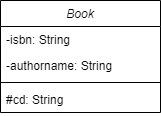
Before: Q2Book Diagram.png, a diagram exported from draw.io (fxrhxnS/Week2Diagram). Source tidied: cells renumbered, new cells last; positions are measured from the earlier drawing's top-left corner, leaving out a move shared by most shapes. The source it was exported from:
```xml
<mxGraphModel>
  <root>
    <mxCell id="0" />
    <mxCell id="1" parent="0" />
    <mxCell id="2" value="Book" style="swimlane;fontStyle=2;align=center;verticalAlign=top;horizontal=1;startSize=26;rounded=0;shadow=0;strokeWidth=1;" parent="1" vertex="1">
      <mxGeometry width="160" height="112" as="geometry" />
    </mxCell>
    <mxCell id="3" value="-isbn: String" style="text;align=left;verticalAlign=top;spacingLeft=4;spacingRight=4;overflow=hidden;" parent="2" vertex="1">
      <mxGeometry y="26" width="160" height="26" as="geometry" />
    </mxCell>
    <mxCell id="4" value="-authorname: String" style="text;align=left;verticalAlign=top;spacingLeft=4;spacingRight=4;overflow=hidden;rounded=0;shadow=0;html=0;" parent="2" vertex="1">
      <mxGeometry y="52" width="160" height="26" as="geometry" />
    </mxCell>
    <mxCell id="5" style="line;html=1;strokeWidth=1;align=left;verticalAlign=middle;spacingTop=-1;spacingLeft=3;spacingRight=3;labelPosition=right;" parent="2" vertex="1">
      <mxGeometry y="78" width="160" height="8" as="geometry" />
    </mxCell>
    <mxCell id="6" value="#cd: String" style="text;align=left;verticalAlign=top;spacingLeft=4;spacingRight=4;overflow=hidden;" parent="2" vertex="1">
      <mxGeometry y="86" width="160" height="26" as="geometry" />
    </mxCell>
  </root>
</mxGraphModel>
```
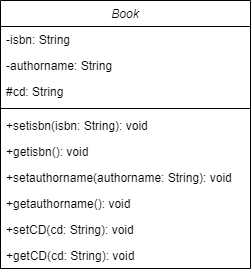
The same file after the commit.

The edit, as a diff of the source:
```diff
@@ -3,19 +3,37 @@
     <mxCell id="0" />
     <mxCell id="1" parent="0" />
     <mxCell id="2" value="Book" style="swimlane;fontStyle=2;align=center;verticalAlign=top;horizontal=1;startSize=26;rounded=0;shadow=0;strokeWidth=1;" parent="1" vertex="1">
-      <mxGeometry width="160" height="112" as="geometry" />
+      <mxGeometry width="250" height="268" as="geometry" />
     </mxCell>
     <mxCell id="3" value="-isbn: String" style="text;align=left;verticalAlign=top;spacingLeft=4;spacingRight=4;overflow=hidden;" parent="2" vertex="1">
-      <mxGeometry y="26" width="160" height="26" as="geometry" />
+      <mxGeometry y="26" width="250" height="26" as="geometry" />
     </mxCell>
     <mxCell id="4" value="-authorname: String" style="text;align=left;verticalAlign=top;spacingLeft=4;spacingRight=4;overflow=hidden;rounded=0;shadow=0;html=0;" parent="2" vertex="1">
-      <mxGeometry y="52" width="160" height="26" as="geometry" />
+      <mxGeometry y="52" width="250" height="26" as="geometry" />
     </mxCell>
+    <mxCell id="7" value="#cd: String" style="text;align=left;verticalAlign=top;spacingLeft=4;spacingRight=4;overflow=hidden;rounded=0;shadow=0;html=0;" parent="2" vertex="1">
+      <mxGeometry y="78" width="250" height="26" as="geometry" />
+    </mxCell>
     <mxCell id="5" style="line;html=1;strokeWidth=1;align=left;verticalAlign=middle;spacingTop=-1;spacingLeft=3;spacingRight=3;labelPosition=right;" parent="2" vertex="1">
-      <mxGeometry y="78" width="160" height="8" as="geometry" />
+      <mxGeometry y="104" width="250" height="8" as="geometry" />
     </mxCell>
-    <mxCell id="6" value="#cd: String" style="text;align=left;verticalAlign=top;spacingLeft=4;spacingRight=4;overflow=hidden;" parent="2" vertex="1">
-      <mxGeometry y="86" width="160" height="26" as="geometry" />
+    <mxCell id="6" value="+setisbn(isbn: String): void" style="text;align=left;verticalAlign=top;spacingLeft=4;spacingRight=4;overflow=hidden;" parent="2" vertex="1">
+      <mxGeometry y="112" width="250" height="26" as="geometry" />
     </mxCell>
+    <mxCell id="8" value="+getisbn(): void" style="text;align=left;verticalAlign=top;spacingLeft=4;spacingRight=4;overflow=hidden;" parent="2" vertex="1">
+      <mxGeometry y="138" width="250" height="26" as="geometry" />
+    </mxCell>
+    <mxCell id="9" value="+setauthorname(authorname: String): void" style="text;align=left;verticalAlign=top;spacingLeft=4;spacingRight=4;overflow=hidden;" parent="2" vertex="1">
+      <mxGeometry y="164" width="250" height="26" as="geometry" />
+    </mxCell>
+    <mxCell id="10" value="+getauthorname(): void" style="text;align=left;verticalAlign=top;spacingLeft=4;spacingRight=4;overflow=hidden;" parent="2" vertex="1">
+      <mxGeometry y="190" width="250" height="26" as="geometry" />
+    </mxCell>
+    <mxCell id="11" value="+setCD(cd: String): void" style="text;align=left;verticalAlign=top;spacingLeft=4;spacingRight=4;overflow=hidden;" parent="2" vertex="1">
+      <mxGeometry y="216" width="250" height="26" as="geometry" />
+    </mxCell>
+    <mxCell id="12" value="+getCD(cd: String): void" style="text;align=left;verticalAlign=top;spacingLeft=4;spacingRight=4;overflow=hidden;" parent="2" vertex="1">
+      <mxGeometry y="242" width="250" height="26" as="geometry" />
+    </mxCell>
   </root>
 </mxGraphModel>
```
